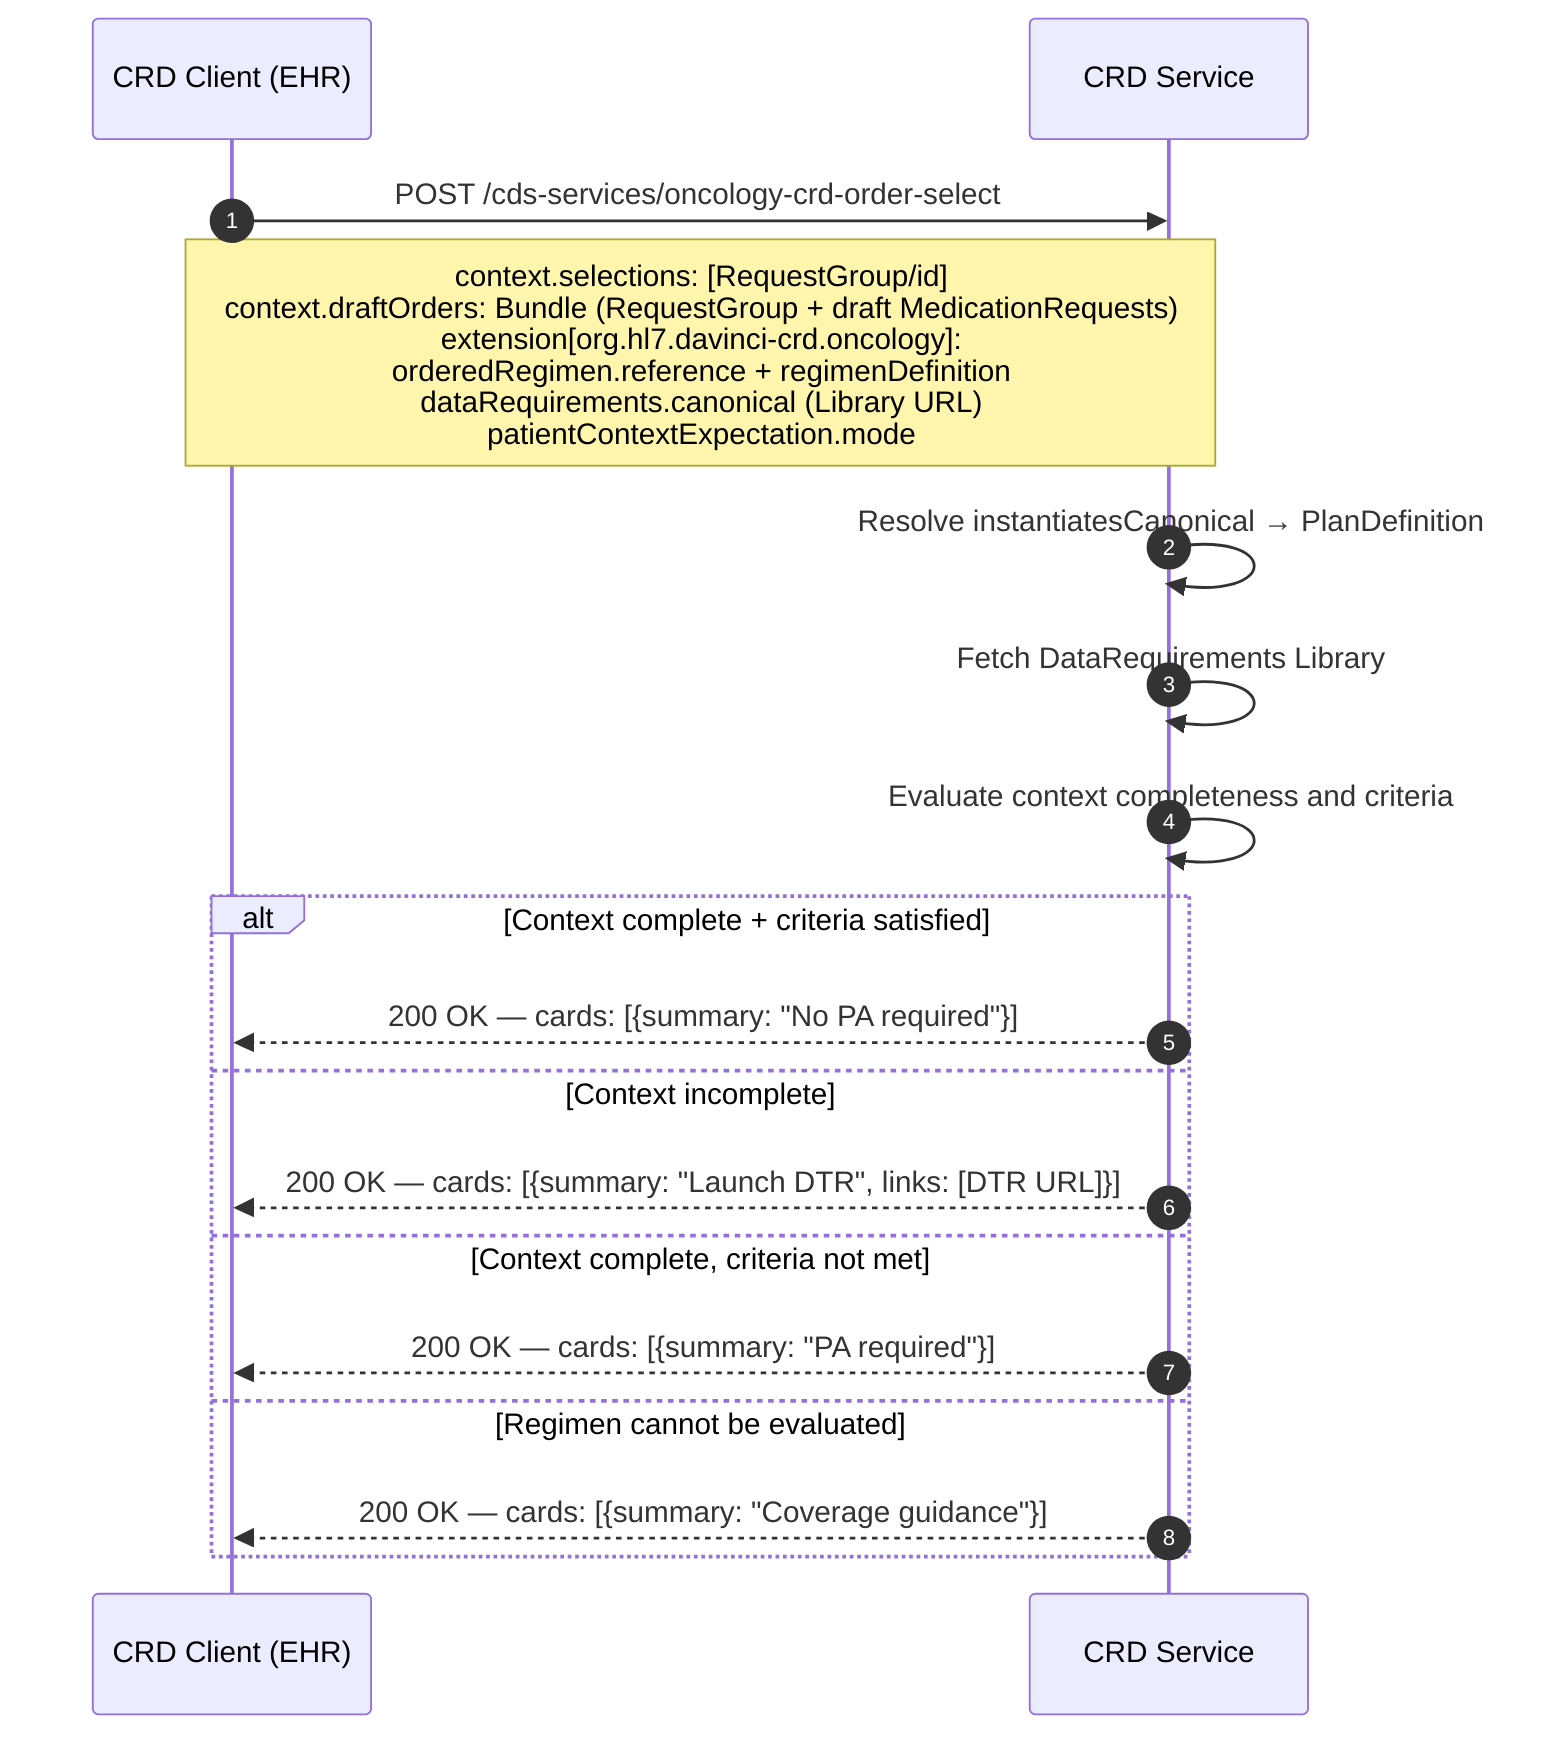
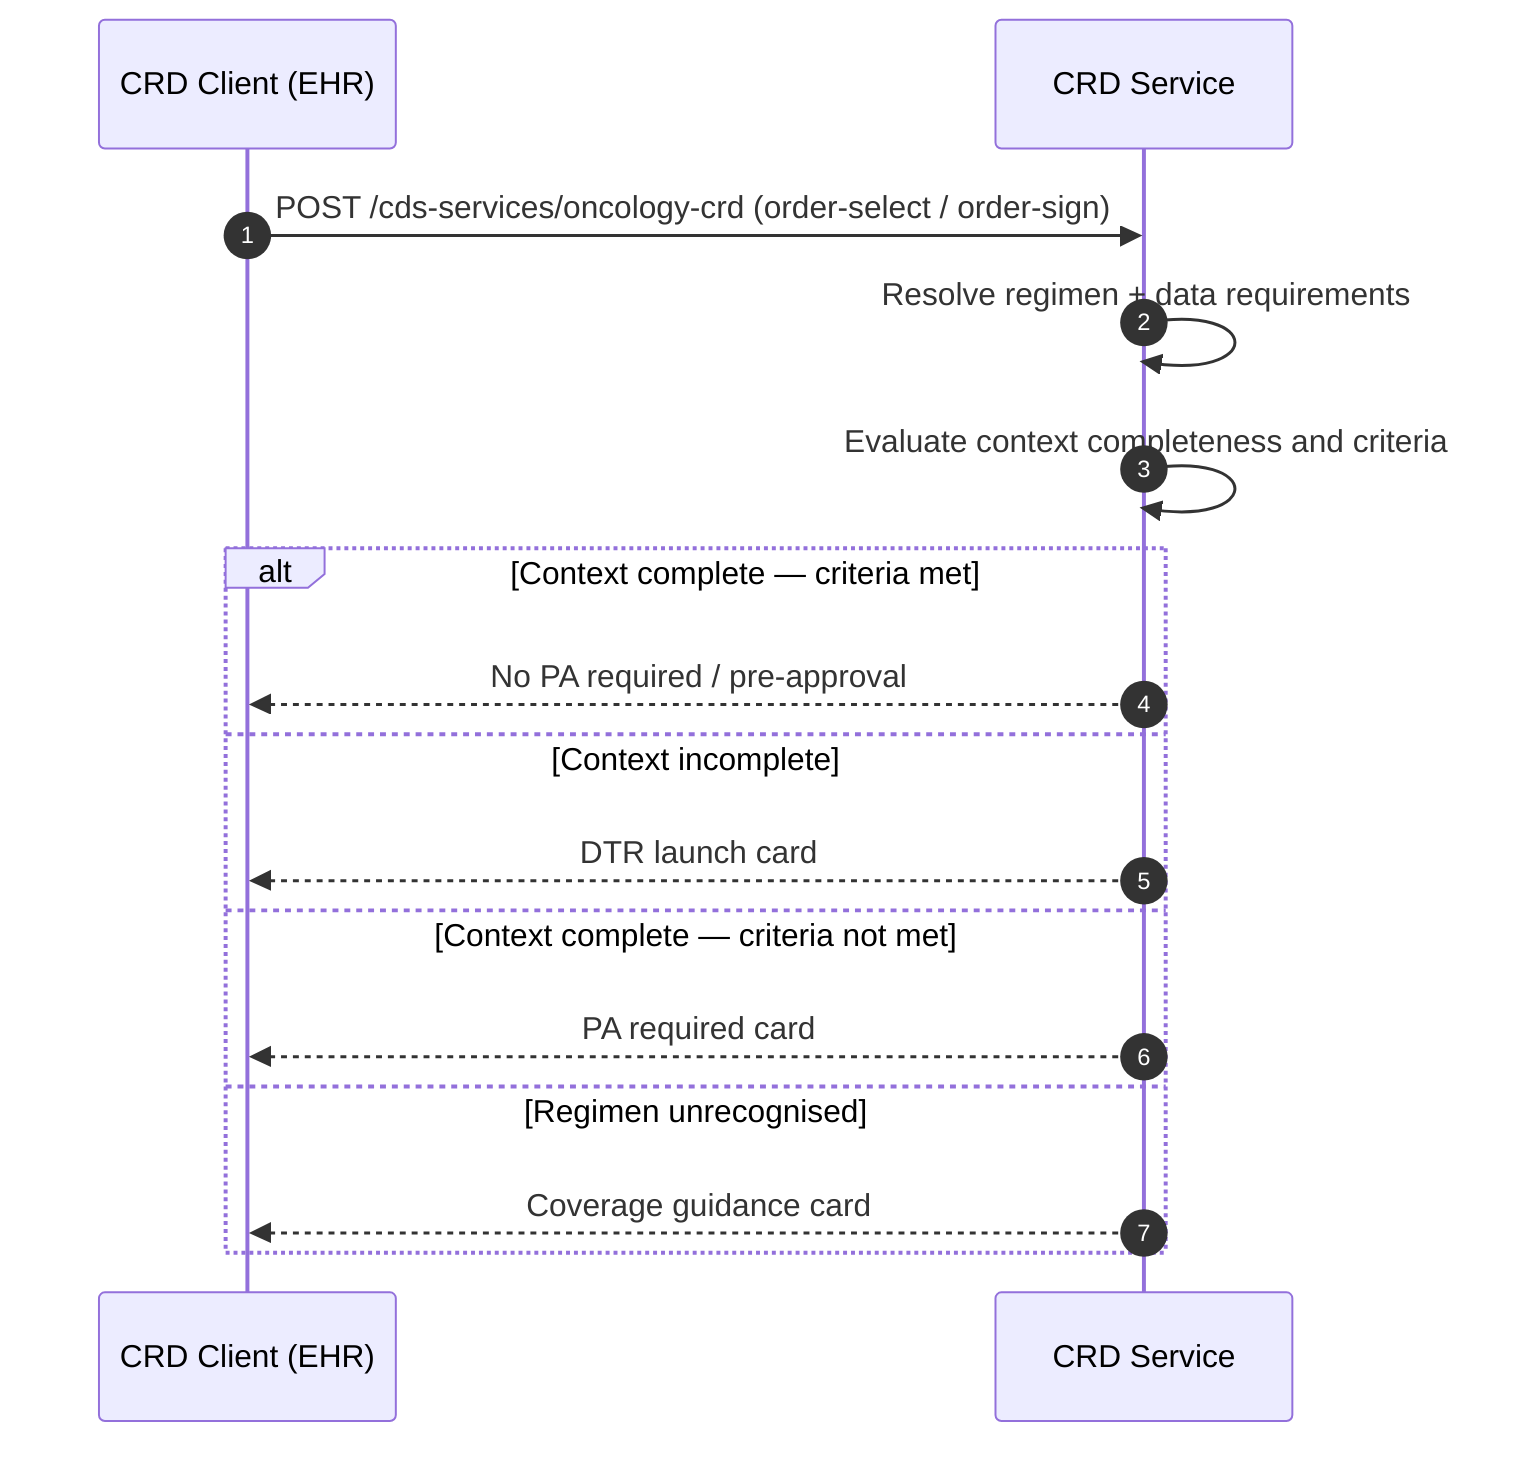
%%{init: {'sequence': {'htmlLabels': false}}}%%
sequenceDiagram
  autonumber
  participant EHR as CRD Client (EHR)
  participant CRD as CRD Service

-   EHR->>CRD: POST /cds-services/oncology-crd-order-select
-   Note over EHR,CRD: context.selections: [RequestGroup/id]<br/>context.draftOrders: Bundle (RequestGroup + draft MedicationRequests)<br/>extension[org.hl7.davinci-crd.oncology]:<br/>  orderedRegimen.reference + regimenDefinition<br/>  dataRequirements.canonical (Library URL)<br/>  patientContextExpectation.mode
+   EHR->>CRD: POST /cds-services/oncology-crd (order-select / order-sign)

-   CRD->>CRD: Resolve instantiatesCanonical → PlanDefinition
-   CRD->>CRD: Fetch DataRequirements Library
+   CRD->>CRD: Resolve regimen + data requirements
  CRD->>CRD: Evaluate context completeness and criteria

-   alt Context complete + criteria satisfied
-     CRD-->>EHR: 200 OK — cards: [{summary: "No PA required"}]
+   alt Context complete — criteria met
+     CRD-->>EHR: No PA required / pre-approval
  else Context incomplete
-     CRD-->>EHR: 200 OK — cards: [{summary: "Launch DTR", links: [DTR URL]}]
-   else Context complete, criteria not met
-     CRD-->>EHR: 200 OK — cards: [{summary: "PA required"}]
-   else Regimen cannot be evaluated
-     CRD-->>EHR: 200 OK — cards: [{summary: "Coverage guidance"}]
+     CRD-->>EHR: DTR launch card
+   else Context complete — criteria not met
+     CRD-->>EHR: PA required card
+   else Regimen unrecognised
+     CRD-->>EHR: Coverage guidance card
  end
